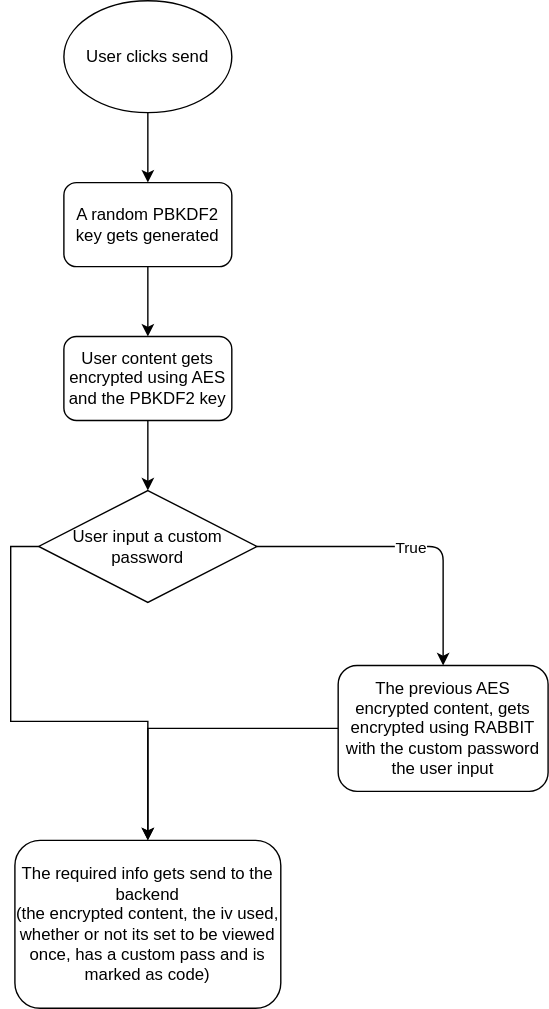
This is specs.svg from GeopJr/BeardBin, a draw.io export, as it was before one commit. Source tidied: cells renumbered, new cells last; positions are measured from the earlier drawing's top-left corner, leaving out a move shared by most shapes. The source it was exported from:
```xml
<mxGraphModel>
  <root>
    <mxCell id="0" />
    <mxCell id="1" parent="0" />
    <mxCell id="2" style="edgeStyle=orthogonalEdgeStyle;rounded=0;jettySize=auto;html=1;exitX=0.5;exitY=1;exitDx=0;exitDy=0;" parent="1" edge="1" source="3" target="5">
      <mxGeometry relative="1" as="geometry" />
    </mxCell>
    <mxCell id="3" value="&lt;div&gt;User clicks send&lt;/div&gt;" style="ellipse;whiteSpace=wrap;html=1;" parent="1" vertex="1">
      <mxGeometry x="35" width="120" height="80" as="geometry" />
    </mxCell>
    <mxCell id="4" style="edgeStyle=orthogonalEdgeStyle;rounded=0;jettySize=auto;html=1;exitX=0.5;exitY=1;exitDx=0;exitDy=0;" parent="1" edge="1" source="5" target="7">
      <mxGeometry relative="1" as="geometry" />
    </mxCell>
    <mxCell id="5" value="A random PBKDF2 key gets generated" style="rounded=1;whiteSpace=wrap;html=1;" parent="1" vertex="1">
      <mxGeometry x="35" y="130" width="120" height="60" as="geometry" />
    </mxCell>
    <mxCell id="6" style="edgeStyle=orthogonalEdgeStyle;rounded=0;jettySize=auto;html=1;exitX=0.5;exitY=1;exitDx=0;exitDy=0;entryX=0.5;entryY=0;entryDx=0;entryDy=0;" parent="1" edge="1" source="7" target="9">
      <mxGeometry relative="1" as="geometry" />
    </mxCell>
    <mxCell id="7" value="User content gets encrypted using AES and the PBKDF2 key" style="rounded=1;whiteSpace=wrap;html=1;" parent="1" vertex="1">
      <mxGeometry x="35" y="240" width="120" height="60" as="geometry" />
    </mxCell>
    <mxCell id="8" style="edgeStyle=orthogonalEdgeStyle;rounded=0;jettySize=auto;html=1;exitX=0;exitY=0.5;exitDx=0;exitDy=0;" parent="1" edge="1" source="9" target="12">
      <mxGeometry relative="1" as="geometry" />
    </mxCell>
    <mxCell id="9" value="User input a custom password" style="rhombus;whiteSpace=wrap;html=1;" parent="1" vertex="1">
      <mxGeometry x="17" y="350" width="156" height="80" as="geometry" />
    </mxCell>
    <mxCell id="10" style="edgeStyle=orthogonalEdgeStyle;rounded=0;jettySize=auto;html=1;exitX=0;exitY=0.5;exitDx=0;exitDy=0;entryX=0.5;entryY=0;entryDx=0;entryDy=0;" parent="1" edge="1" source="11" target="12">
      <mxGeometry relative="1" as="geometry" />
    </mxCell>
    <mxCell id="11" value="The previous AES encrypted content, gets encrypted using RABBIT with the custom password the user input" style="rounded=1;whiteSpace=wrap;html=1;" parent="1" vertex="1">
      <mxGeometry x="231" y="475" width="150" height="90" as="geometry" />
    </mxCell>
    <mxCell id="12" value="&lt;div&gt;The required info gets send to the backend&lt;/div&gt;&lt;div&gt;(the encrypted content, the iv used, whether or not its set to be viewed once, has a custom pass and is marked as code)&lt;br&gt;&lt;/div&gt;" style="rounded=1;whiteSpace=wrap;html=1;" parent="1" vertex="1">
      <mxGeometry y="600" width="190" height="120" as="geometry" />
    </mxCell>
    <mxCell id="13" style="endArrow=classic;html=1;exitX=1;exitY=0.5;exitDx=0;exitDy=0;entryX=0.5;entryY=0;entryDx=0;entryDy=0;" parent="1" edge="1" source="9" target="11">
      <mxGeometry relative="1" as="geometry">
        <Array as="points">
          <mxPoint x="306" y="390" />
        </Array>
      </mxGeometry>
    </mxCell>
    <mxCell id="14" value="True" style="edgeLabel;html=1;align=center;verticalAlign=middle;" parent="13" vertex="1">
      <mxGeometry relative="1" as="geometry" />
    </mxCell>
  </root>
</mxGraphModel>
```
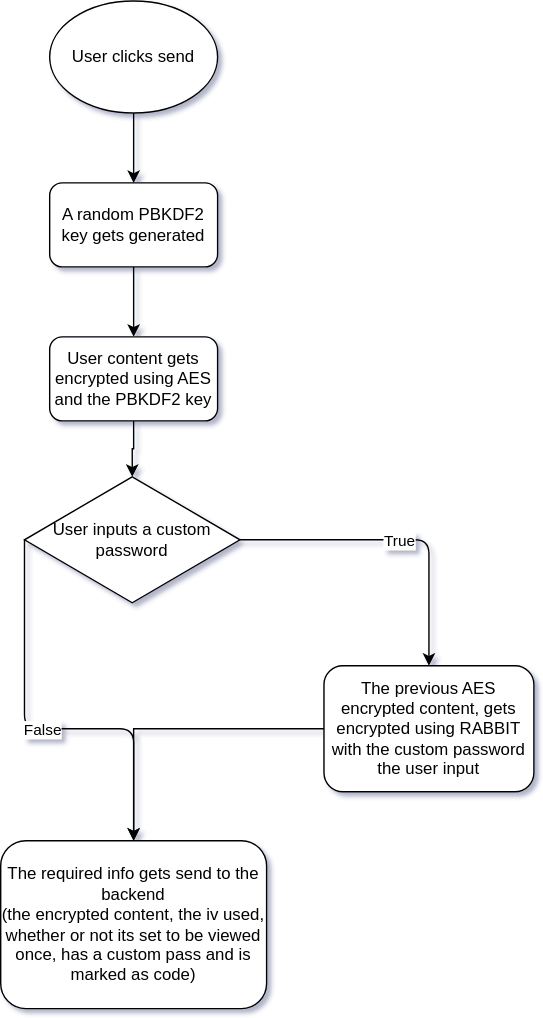
Above is the later version.

Commit message:
fix: spec svg typos

Diff of the diagram source:
```diff
@@ -20,11 +20,8 @@
     <mxCell id="7" value="User content gets encrypted using AES and the PBKDF2 key" style="rounded=1;whiteSpace=wrap;html=1;" parent="1" vertex="1">
       <mxGeometry x="35" y="240" width="120" height="60" as="geometry" />
     </mxCell>
-    <mxCell id="8" style="edgeStyle=orthogonalEdgeStyle;rounded=0;jettySize=auto;html=1;exitX=0;exitY=0.5;exitDx=0;exitDy=0;" parent="1" edge="1" source="9" target="12">
-      <mxGeometry relative="1" as="geometry" />
-    </mxCell>
-    <mxCell id="9" value="User input a custom password" style="rhombus;whiteSpace=wrap;html=1;" parent="1" vertex="1">
-      <mxGeometry x="17" y="350" width="156" height="80" as="geometry" />
+    <mxCell id="9" value="User inputs a custom password" style="rhombus;whiteSpace=wrap;html=1;" parent="1" vertex="1">
+      <mxGeometry x="17" y="340" width="154" height="90" as="geometry" />
     </mxCell>
     <mxCell id="10" style="edgeStyle=orthogonalEdgeStyle;rounded=0;jettySize=auto;html=1;exitX=0;exitY=0.5;exitDx=0;exitDy=0;entryX=0.5;entryY=0;entryDx=0;entryDy=0;" parent="1" edge="1" source="11" target="12">
       <mxGeometry relative="1" as="geometry" />
@@ -38,12 +35,23 @@
     <mxCell id="13" style="endArrow=classic;html=1;exitX=1;exitY=0.5;exitDx=0;exitDy=0;entryX=0.5;entryY=0;entryDx=0;entryDy=0;" parent="1" edge="1" source="9" target="11">
       <mxGeometry relative="1" as="geometry">
         <Array as="points">
-          <mxPoint x="306" y="390" />
+          <mxPoint x="306" y="385" />
         </Array>
       </mxGeometry>
     </mxCell>
     <mxCell id="14" value="True" style="edgeLabel;html=1;align=center;verticalAlign=middle;" parent="13" vertex="1">
       <mxGeometry relative="1" as="geometry" />
     </mxCell>
+    <mxCell id="8" style="endArrow=classic;html=1;entryX=0.5;entryY=0;entryDx=0;entryDy=0;exitX=0;exitY=0.5;exitDx=0;exitDy=0;" parent="1" edge="1" source="9" target="12">
+      <mxGeometry relative="1" as="geometry">
+        <Array as="points">
+          <mxPoint x="17" y="520" />
+          <mxPoint x="95" y="520" />
+        </Array>
+      </mxGeometry>
+    </mxCell>
+    <mxCell id="15" value="&lt;div&gt;False&lt;/div&gt;" style="edgeLabel;html=1;align=center;verticalAlign=middle;" parent="8" vertex="1">
+      <mxGeometry relative="1" as="geometry" />
+    </mxCell>
   </root>
 </mxGraphModel>
```
